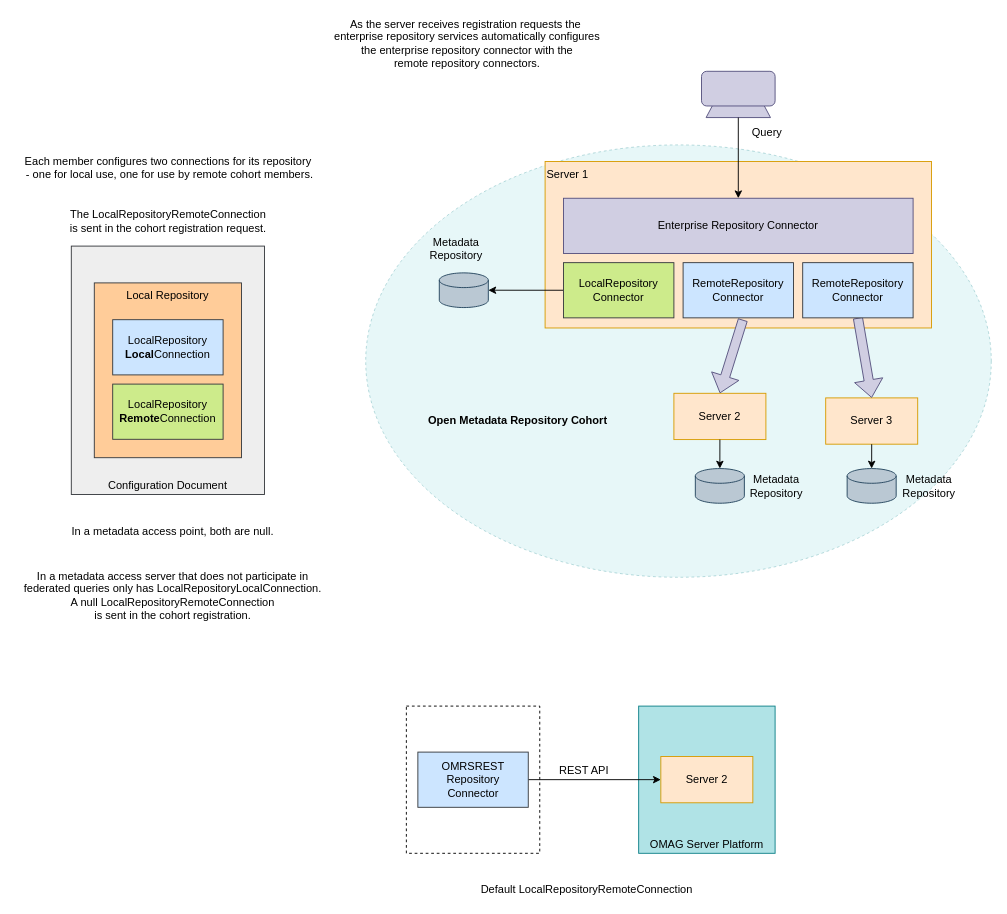
Before: page "remote-connection" (3 of 4) of site/docs/features/cohort-operation/cohort-operations.drawio in odpi/egeria-docs, a draw.io diagram. Source tidied: cells renumbered, new cells numbered last; positions are measured from the earlier drawing's top-left corner, leaving out a move shared by most shapes. Both pictures are drawn from the tidied source at 92%, with x=0, y=0 at pixel (16, 16).
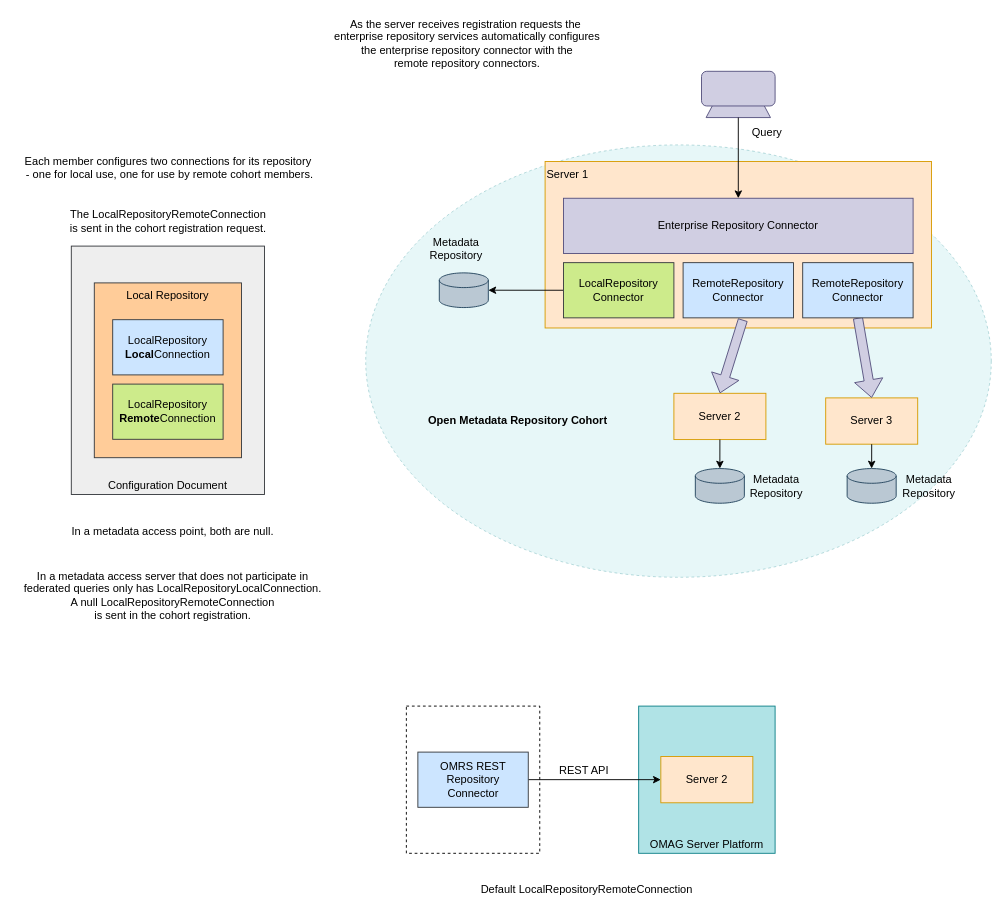
Above is the later version.

The edit, as a diff of the source:
```diff
@@
-    <mxCell id="38" value="OMRSREST&lt;br&gt;Repository&lt;br&gt;Connector" style="rounded=0;whiteSpace=wrap;html=1;fillColor=#cce5ff;strokeColor=#36393d;" parent="1" vertex="1">
+    <mxCell id="38" value="OMRS REST&lt;br&gt;Repository&lt;br&gt;Connector" style="rounded=0;whiteSpace=wrap;html=1;fillColor=#cce5ff;strokeColor=#36393d;" parent="1" vertex="1">
       <mxGeometry x="436.7" y="800" width="120" height="60" as="geometry" />
     </mxCell>
```
